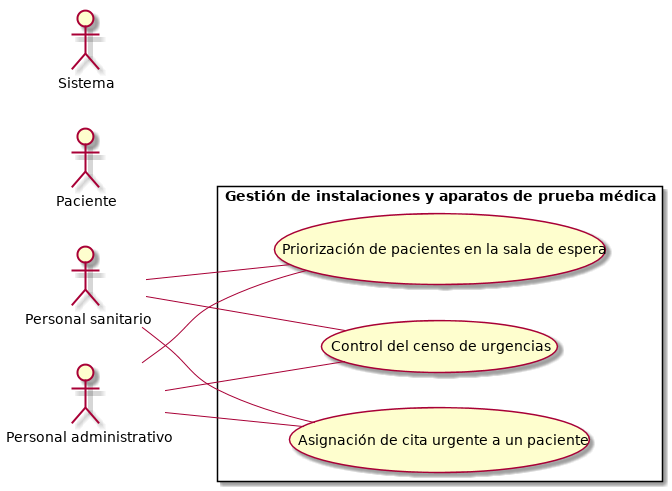
Ludvins/DGIIM_FIS keeps this PlantUML diagram as P2/gestion-servicios-urgencia.png. Above is the earlier version.
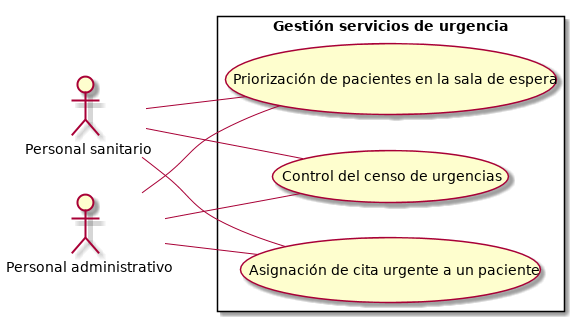
After the commit.

Change to the diagram source:
```diff
@@ -3,11 +3,11 @@
 skinparam packageStyle rectangle
 
 actor "Personal sanitario" as ps
-actor "Paciente" as p
+
 actor "Personal administrativo" as pa
-actor "Sistema" as s
 
-rectangle "Gestión de instalaciones y aparatos de prueba médica" {
+
+rectangle "Gestión servicios de urgencia" {
   pa -- (Asignación de cita urgente a un paciente)
   ps -- (Asignación de cita urgente a un paciente)
 
```
